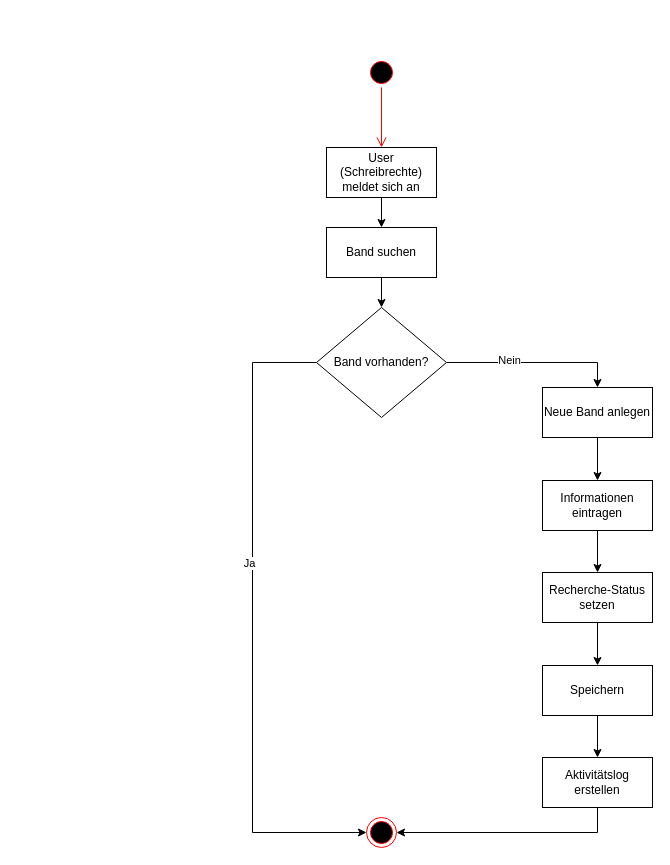
This is page "Aktivitätsdiagramm" (2 of 5) of UML/UML.drawio from l3n3rs/dvp, a draw.io file, before an edit. Source tidied: cells renumbered, new cells numbered last; positions are measured from the earlier drawing's top-left corner, leaving out a move shared by most shapes. Both pictures are drawn from the tidied source at 100%, with x=0, y=0 at pixel (252, 57).
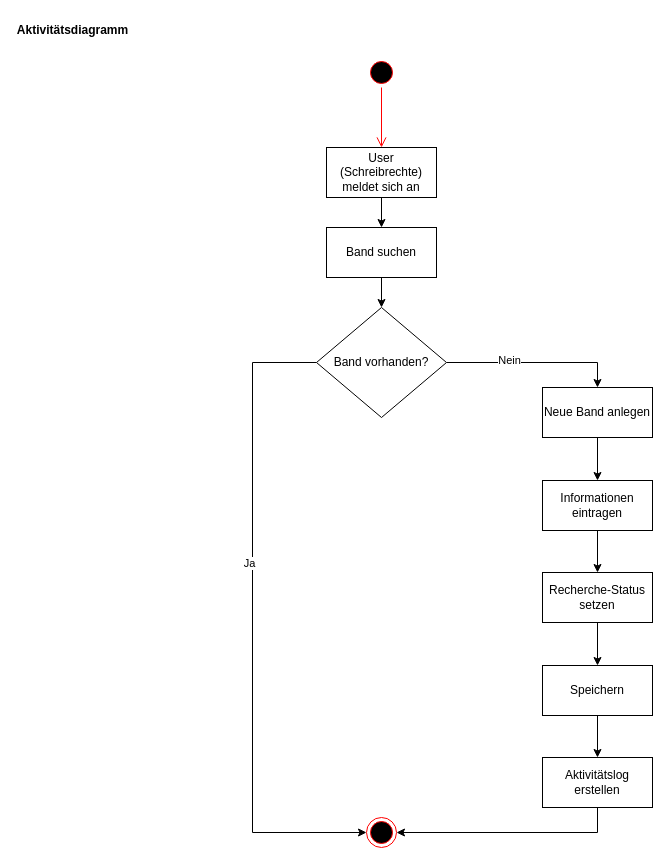
After the change.

Change to the diagram source:
```diff
@@
+    <mxCell id="24" value="Aktivitätsdiagramm" style="text;align=center;fontStyle=1;verticalAlign=middle;spacingLeft=3;spacingRight=3;strokeColor=none;html=1;" parent="1" vertex="1">
+      <mxGeometry x="-220" y="-40" width="80" height="26" as="geometry" />
+    </mxCell>
```
